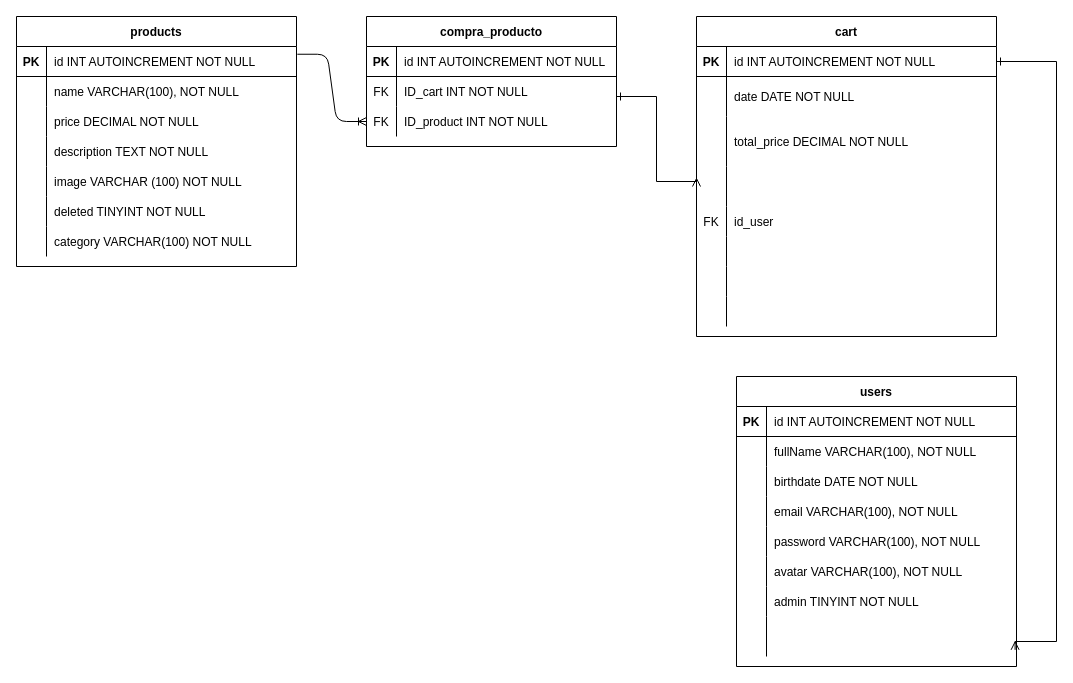
Above: .drawio in 0621CDFSNCN12LAED/grupo-07 (draw.io), before the change. Source tidied: cells renumbered, new cells numbered last; positions are measured from the earlier drawing's top-left corner, leaving out a move shared by most shapes. Both pictures are drawn from the tidied source at 100%, with x=0, y=0 at pixel (16, 16).
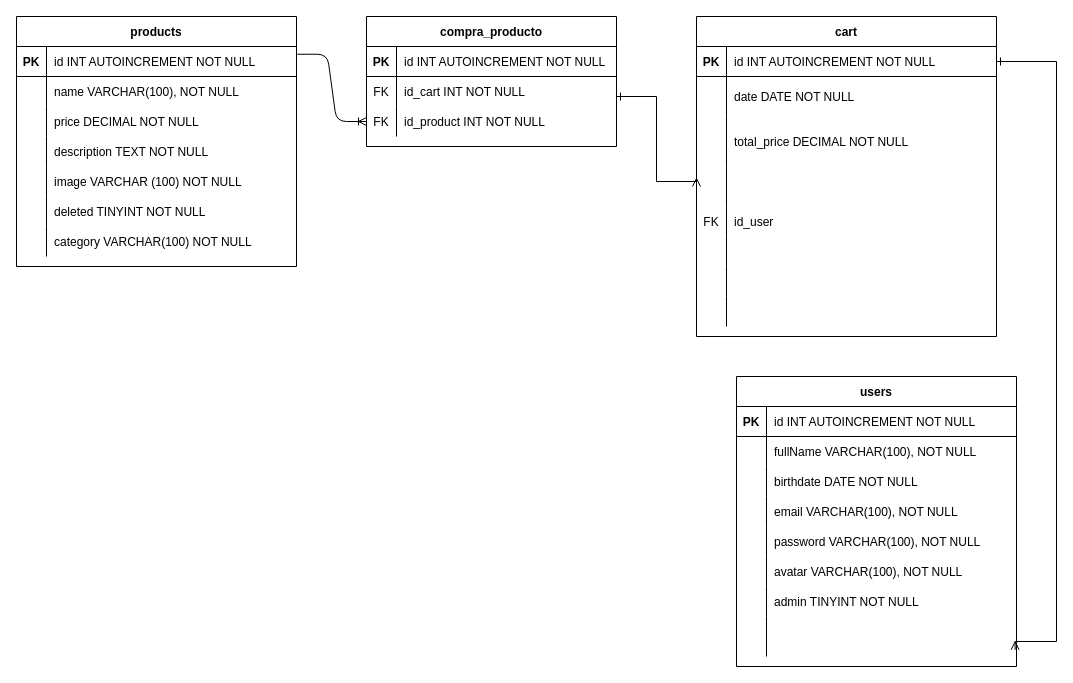
The same diagram, later.

The change refers to these unchanged cells:
```xml
<mxCell id="80" style="shape=partialRectangle;fillColor=none;top=0;left=0;bottom=0;right=0;points=[[0,0.5],[1,0.5]];portConstraint=eastwest;" parent="76" vertex="1">
  <mxGeometry y="60" width="250" height="30" as="geometry" />
</mxCell>
<mxCell id="83" style="shape=partialRectangle;fillColor=none;top=0;left=0;bottom=0;right=0;points=[[0,0.5],[1,0.5]];portConstraint=eastwest;" parent="76" vertex="1">
  <mxGeometry y="90" width="250" height="30" as="geometry" />
</mxCell>
```

What changed in the source:
```diff
@@
-    <mxCell id="82" value="ID_cart INT NOT NULL " style="shape=partialRectangle;fillColor=none;top=0;left=0;bottom=0;right=0;align=left;spacingLeft=6;overflow=hidden;" parent="80" vertex="1">
+    <mxCell id="82" value="id_cart INT NOT NULL " style="shape=partialRectangle;fillColor=none;top=0;left=0;bottom=0;right=0;align=left;spacingLeft=6;overflow=hidden;" parent="80" vertex="1">
       <mxGeometry x="30" width="220" height="30" as="geometry" />
     </mxCell>
@@
-    <mxCell id="85" value="ID_product INT NOT NULL" style="shape=partialRectangle;fillColor=none;top=0;left=0;bottom=0;right=0;align=left;spacingLeft=6;overflow=hidden;" parent="83" vertex="1">
+    <mxCell id="85" value="id_product INT NOT NULL" style="shape=partialRectangle;fillColor=none;top=0;left=0;bottom=0;right=0;align=left;spacingLeft=6;overflow=hidden;" parent="83" vertex="1">
       <mxGeometry x="30" width="220" height="30" as="geometry" />
     </mxCell>
```
